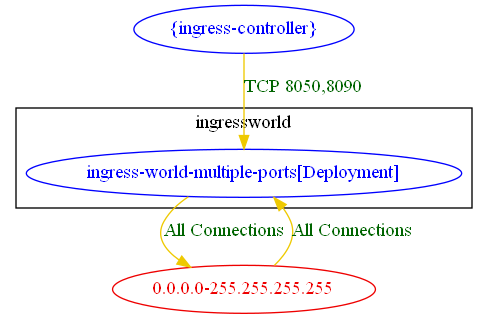
Earlier version of the Graphviz export test_outputs/connlist/multiple_ingress_objects_with_different_ports_connlist_output.dot.png (np-guard/netpol-analyzer). Its source is kept beside it as test_outputs/connlist/multiple_ingress_objects_with_different_ports_connlist_output.dot.
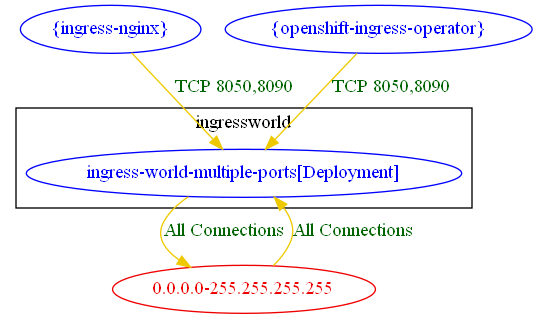
After the commit.

The edit, as a diff of the source:
```diff
@@ -4,8 +4,10 @@
 		label="ingressworld"
 	}
 	"0.0.0.0-255.255.255.255" [label="0.0.0.0-255.255.255.255" color="red2" fontcolor="red2"]
-	"{ingress-controller}" [label="{ingress-controller}" color="blue" fontcolor="blue"]
+	"{ingress-nginx}" [label="{ingress-nginx}" color="blue" fontcolor="blue"]
+	"{openshift-ingress-operator}" [label="{openshift-ingress-operator}" color="blue" fontcolor="blue"]
 	"0.0.0.0-255.255.255.255" -> "ingress-world-multiple-ports[Deployment]" [label="All Connections" color="gold2" fontcolor="darkgreen"]
 	"ingress-world-multiple-ports[Deployment]" -> "0.0.0.0-255.255.255.255" [label="All Connections" color="gold2" fontcolor="darkgreen"]
-	"{ingress-controller}" -> "ingress-world-multiple-ports[Deployment]" [label="TCP 8050,8090" color="gold2" fontcolor="darkgreen"]
+	"{ingress-nginx}" -> "ingress-world-multiple-ports[Deployment]" [label="TCP 8050,8090" color="gold2" fontcolor="darkgreen"]
+	"{openshift-ingress-operator}" -> "ingress-world-multiple-ports[Deployment]" [label="TCP 8050,8090" color="gold2" fontcolor="darkgreen"]
 }
```
